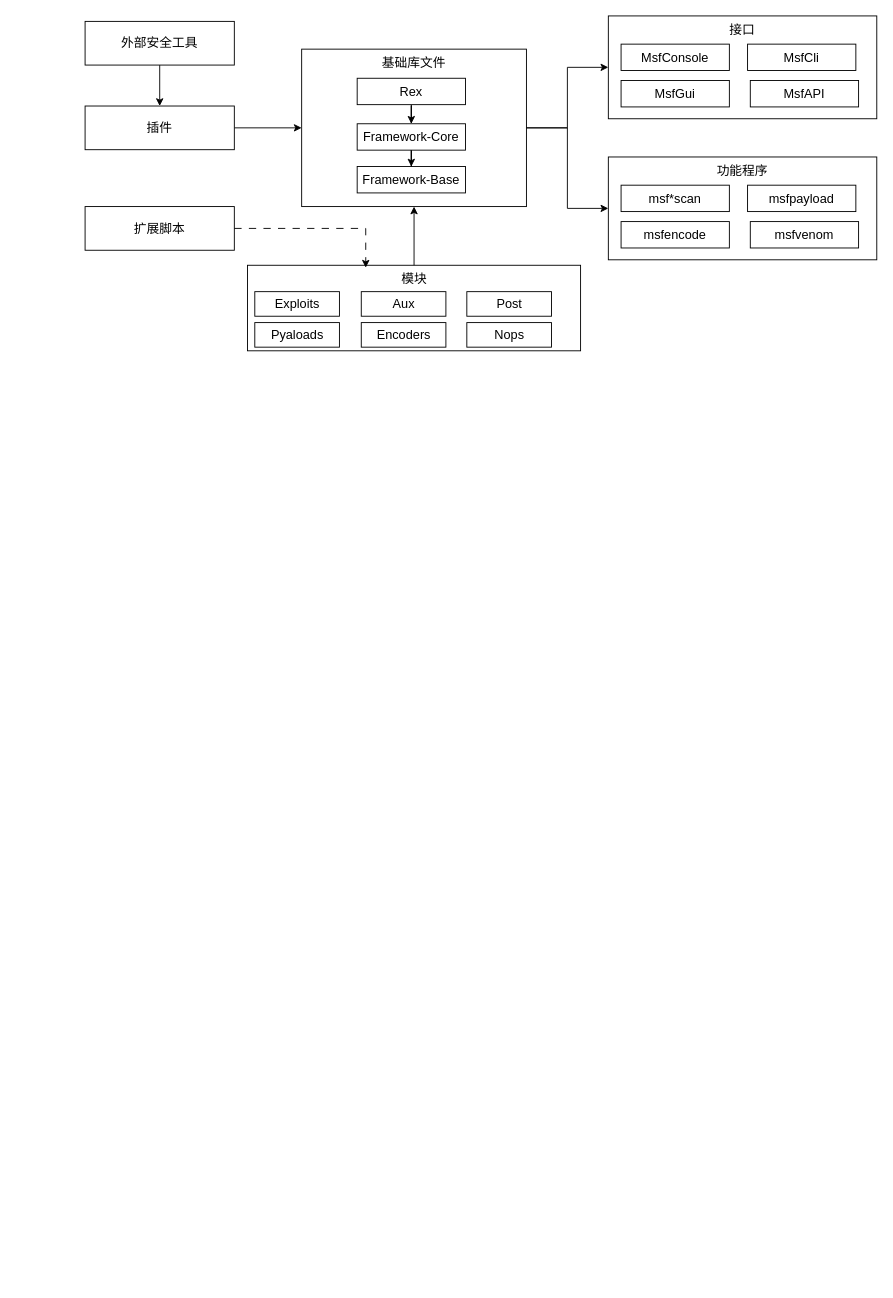
Guardian-JTZ/diagrams keeps this draw.io diagram as 论文.drawio. Above is the earlier version. Source tidied: cells renumbered, new cells numbered last; positions are measured from the earlier drawing's top-left corner, leaving out a move shared by most shapes. Both pictures are drawn from the tidied source at 91%, with x=0, y=0 at pixel (85, 15).
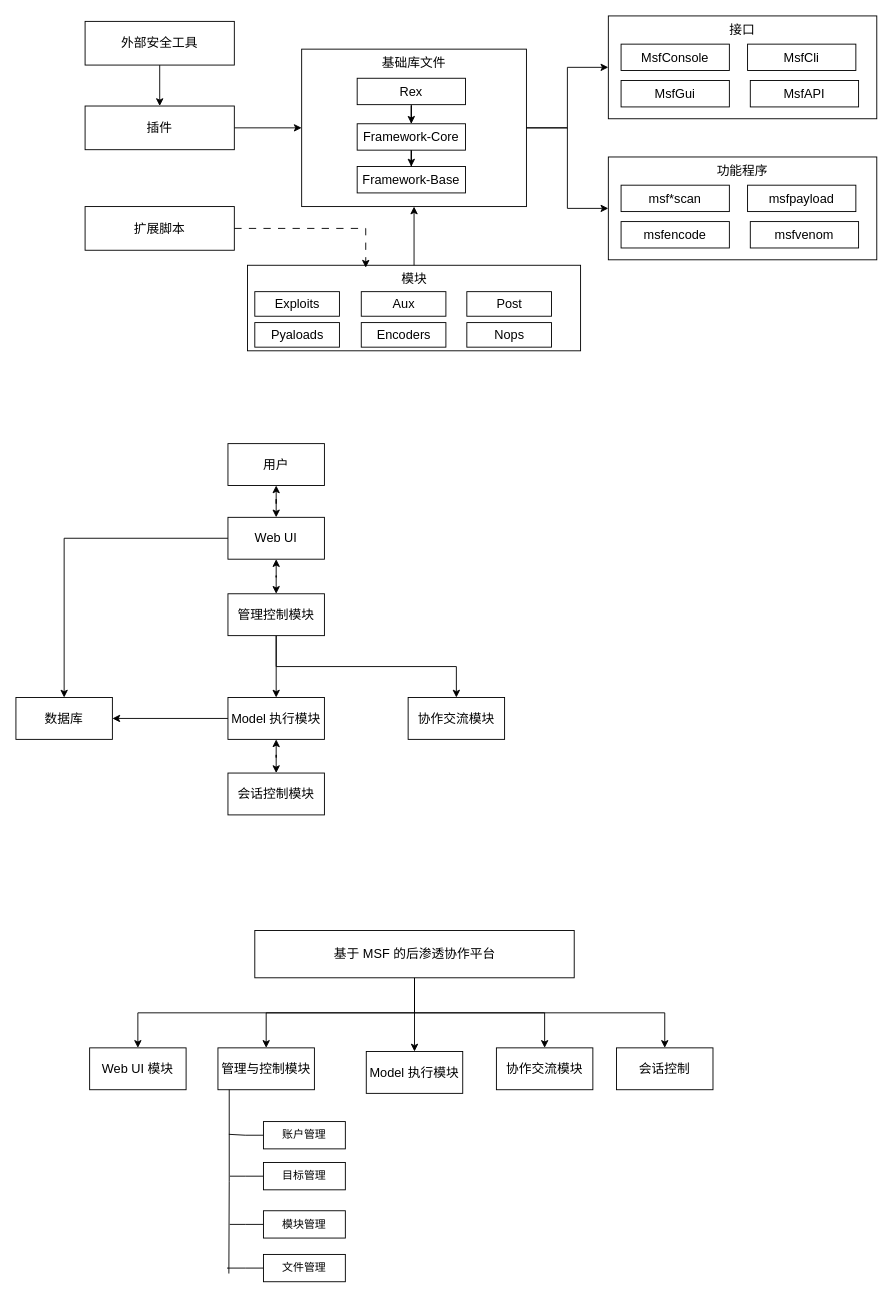
Above is the later version.

Change to the diagram source:
```diff
@@
+    <mxCell id="39" style="group;" parent="1" vertex="1">
+      <mxGeometry x="-76" y="470" width="537" height="408" as="geometry" />
+    </mxCell>
+    <mxCell id="40" value="用户" style="rounded=0;whiteSpace=wrap;html=1;fontSize=14;" parent="39" vertex="1">
+      <mxGeometry x="233" width="106" height="46" as="geometry" />
+    </mxCell>
+    <mxCell id="41" style="edgeStyle=orthogonalEdgeStyle;rounded=0;jettySize=auto;html=1;startArrow=classic;startFill=1;" parent="39" edge="1" source="44" target="47">
+      <mxGeometry relative="1" as="geometry" />
+    </mxCell>
+    <mxCell id="42" style="edgeStyle=orthogonalEdgeStyle;rounded=0;jettySize=auto;html=1;" parent="39" edge="1" source="44" target="52">
+      <mxGeometry relative="1" as="geometry" />
+    </mxCell>
+    <mxCell id="43" style="edgeStyle=orthogonalEdgeStyle;rounded=0;jettySize=auto;html=1;startArrow=classic;startFill=1;" parent="39" edge="1" source="44" target="40">
+      <mxGeometry relative="1" as="geometry" />
+    </mxCell>
+    <mxCell id="44" value="Web UI" style="rounded=0;whiteSpace=wrap;html=1;fontSize=14;" parent="39" vertex="1">
+      <mxGeometry x="233" y="81" width="106" height="46" as="geometry" />
+    </mxCell>
+    <mxCell id="45" style="edgeStyle=orthogonalEdgeStyle;rounded=0;jettySize=auto;html=1;exitX=0.5;exitY=1;exitDx=0;exitDy=0;" parent="39" edge="1" source="47" target="53">
+      <mxGeometry relative="1" as="geometry" />
+    </mxCell>
+    <mxCell id="46" style="edgeStyle=orthogonalEdgeStyle;rounded=0;jettySize=auto;html=1;" parent="39" edge="1" source="47" target="49">
+      <mxGeometry relative="1" as="geometry" />
+    </mxCell>
+    <mxCell id="47" value="管理控制模块" style="rounded=0;whiteSpace=wrap;html=1;fontSize=14;" parent="39" vertex="1">
+      <mxGeometry x="233" y="165" width="106" height="46" as="geometry" />
+    </mxCell>
+    <mxCell id="48" style="edgeStyle=orthogonalEdgeStyle;rounded=0;jettySize=auto;html=1;entryX=1;entryY=0.5;entryDx=0;entryDy=0;" parent="39" edge="1" source="49" target="52">
+      <mxGeometry relative="1" as="geometry" />
+    </mxCell>
+    <mxCell id="49" value="Model 执行模块" style="rounded=0;whiteSpace=wrap;html=1;fontSize=14;" parent="39" vertex="1">
+      <mxGeometry x="233" y="279" width="106" height="46" as="geometry" />
+    </mxCell>
+    <mxCell id="50" style="edgeStyle=orthogonalEdgeStyle;rounded=0;jettySize=auto;html=1;startArrow=classic;startFill=1;" parent="39" edge="1" source="51" target="49">
+      <mxGeometry relative="1" as="geometry" />
+    </mxCell>
+    <mxCell id="51" value="会话控制模块" style="rounded=0;whiteSpace=wrap;html=1;fontSize=14;" parent="39" vertex="1">
+      <mxGeometry x="233" y="362" width="106" height="46" as="geometry" />
+    </mxCell>
+    <mxCell id="52" value="数据库" style="rounded=0;whiteSpace=wrap;html=1;fontSize=14;" parent="39" vertex="1">
+      <mxGeometry y="279" width="106" height="46" as="geometry" />
+    </mxCell>
+    <mxCell id="53" value="协作交流模块" style="rounded=0;whiteSpace=wrap;html=1;fontSize=14;" parent="39" vertex="1">
+      <mxGeometry x="431" y="279" width="106" height="46" as="geometry" />
+    </mxCell>
+    <mxCell id="54" style="group;" parent="1" vertex="1">
+      <mxGeometry x="5" y="1005" width="685" height="386" as="geometry" />
+    </mxCell>
+    <mxCell id="55" style="edgeStyle=orthogonalEdgeStyle;rounded=0;jettySize=auto;html=1;exitX=0.5;exitY=1;exitDx=0;exitDy=0;" parent="54" edge="1" source="60" target="61">
+      <mxGeometry relative="1" as="geometry" />
+    </mxCell>
+    <mxCell id="56" style="edgeStyle=orthogonalEdgeStyle;rounded=0;jettySize=auto;html=1;entryX=0.5;entryY=0;entryDx=0;entryDy=0;" parent="54" edge="1" source="60" target="63">
+      <mxGeometry relative="1" as="geometry" />
+    </mxCell>
+    <mxCell id="57" style="edgeStyle=orthogonalEdgeStyle;rounded=0;jettySize=auto;html=1;" parent="54" edge="1" source="60" target="64">
+      <mxGeometry relative="1" as="geometry" />
+    </mxCell>
+    <mxCell id="58" style="edgeStyle=orthogonalEdgeStyle;rounded=0;jettySize=auto;html=1;" parent="54" edge="1" source="60" target="65">
+      <mxGeometry relative="1" as="geometry" />
+    </mxCell>
+    <mxCell id="59" style="edgeStyle=orthogonalEdgeStyle;rounded=0;jettySize=auto;html=1;exitX=0.5;exitY=1;exitDx=0;exitDy=0;" parent="54" edge="1" source="60" target="66">
+      <mxGeometry relative="1" as="geometry" />
+    </mxCell>
+    <mxCell id="60" value="基于 MSF 的后渗透协作平台" style="rounded=0;whiteSpace=wrap;html=1;fontSize=14;" parent="54" vertex="1">
+      <mxGeometry x="181.5" width="351" height="52" as="geometry" />
+    </mxCell>
+    <mxCell id="61" value="Web UI 模块" style="rounded=0;whiteSpace=wrap;html=1;fontSize=14;" parent="54" vertex="1">
+      <mxGeometry y="129" width="106" height="46" as="geometry" />
+    </mxCell>
+    <mxCell id="62" style="edgeStyle=orthogonalEdgeStyle;rounded=0;jettySize=auto;html=1;exitX=0.117;exitY=0.978;exitDx=0;exitDy=0;exitPerimeter=0;endArrow=none;endFill=0;" parent="54" edge="1" source="63">
+      <mxGeometry relative="1" as="geometry">
+        <mxPoint x="153" y="377" as="targetPoint" />
+      </mxGeometry>
+    </mxCell>
+    <mxCell id="63" value="管理与控制模块" style="rounded=0;whiteSpace=wrap;html=1;fontSize=14;" parent="54" vertex="1">
+      <mxGeometry x="141" y="129" width="106" height="46" as="geometry" />
+    </mxCell>
+    <mxCell id="64" value="Model 执行模块" style="rounded=0;whiteSpace=wrap;html=1;fontSize=14;" parent="54" vertex="1">
+      <mxGeometry x="304" y="133" width="106" height="46" as="geometry" />
+    </mxCell>
+    <mxCell id="65" value="协作交流模块" style="rounded=0;whiteSpace=wrap;html=1;fontSize=14;" parent="54" vertex="1">
+      <mxGeometry x="447" y="129" width="106" height="46" as="geometry" />
+    </mxCell>
+    <mxCell id="66" value="会话控制" style="rounded=0;whiteSpace=wrap;html=1;fontSize=14;" parent="54" vertex="1">
+      <mxGeometry x="579" y="129" width="106" height="46" as="geometry" />
+    </mxCell>
+    <mxCell id="67" style="edgeStyle=orthogonalEdgeStyle;rounded=0;jettySize=auto;html=1;endArrow=none;endFill=0;" parent="54" edge="1" source="68">
+      <mxGeometry relative="1" as="geometry">
+        <mxPoint x="153" y="224" as="targetPoint" />
+      </mxGeometry>
+    </mxCell>
+    <mxCell id="68" value="账户管理" style="rounded=0;whiteSpace=wrap;html=1;" parent="54" vertex="1">
+      <mxGeometry x="191" y="210" width="90" height="30" as="geometry" />
+    </mxCell>
+    <mxCell id="69" style="edgeStyle=orthogonalEdgeStyle;rounded=0;jettySize=auto;html=1;endArrow=none;endFill=0;" parent="54" edge="1" source="70">
+      <mxGeometry relative="1" as="geometry">
+        <mxPoint x="154.2" y="270" as="targetPoint" />
+      </mxGeometry>
+    </mxCell>
+    <mxCell id="70" value="目标管理" style="rounded=0;whiteSpace=wrap;html=1;" parent="54" vertex="1">
+      <mxGeometry x="191" y="255" width="90" height="30" as="geometry" />
+    </mxCell>
+    <mxCell id="71" style="edgeStyle=orthogonalEdgeStyle;rounded=0;jettySize=auto;html=1;endArrow=none;endFill=0;" parent="54" edge="1" source="72">
+      <mxGeometry relative="1" as="geometry">
+        <mxPoint x="154" y="323" as="targetPoint" />
+      </mxGeometry>
+    </mxCell>
+    <mxCell id="72" value="模块管理" style="rounded=0;whiteSpace=wrap;html=1;" parent="54" vertex="1">
+      <mxGeometry x="191" y="308" width="90" height="30" as="geometry" />
+    </mxCell>
+    <mxCell id="73" style="edgeStyle=orthogonalEdgeStyle;rounded=0;jettySize=auto;html=1;endArrow=none;endFill=0;" parent="54" edge="1" source="74">
+      <mxGeometry relative="1" as="geometry">
+        <mxPoint x="151" y="371" as="targetPoint" />
+      </mxGeometry>
+    </mxCell>
+    <mxCell id="74" value="文件管理" style="rounded=0;whiteSpace=wrap;html=1;" parent="54" vertex="1">
+      <mxGeometry x="191" y="356" width="90" height="30" as="geometry" />
+    </mxCell>
```
